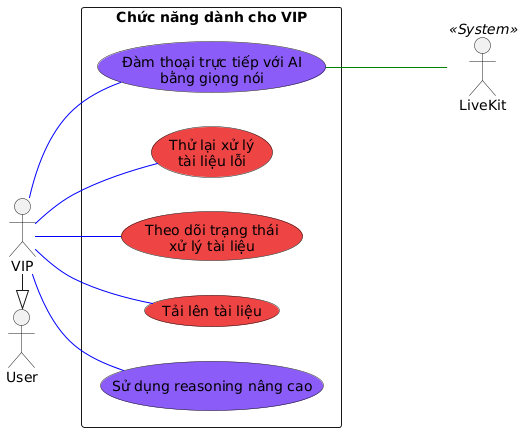
Before: temp/01-UseCase/UML-UseCase-VIP.png, a diagram exported from PlantUML (20206205Tech/docs-uml).
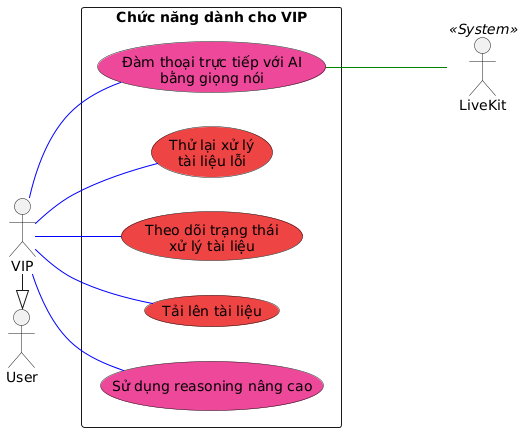
Above is the later version.

The edit, as a diff of the source:
```diff
@@ -10,11 +10,11 @@
 VIP -|> User
 
 rectangle "Chức năng dành cho VIP" {
-  usecase "Sử dụng reasoning nâng cao" as UC_AdvancedReasoning #8b5cf6
+  usecase "Sử dụng reasoning nâng cao" as UC_AdvancedReasoning #ec4899
   usecase "Tải lên tài liệu" as UC_UploadDocument #ef4444
   usecase "Theo dõi trạng thái\nxử lý tài liệu" as UC_DocumentStatus #ef4444
   usecase "Thử lại xử lý\ntài liệu lỗi" as UC_RetryDocument #ef4444
-  usecase "Đàm thoại trực tiếp với AI\nbằng giọng nói" as UC_VoiceChat #8b5cf6
+  usecase "Đàm thoại trực tiếp với AI\nbằng giọng nói" as UC_VoiceChat #ec4899
 }
 
 VIP -- UC_AdvancedReasoning #blue
```
